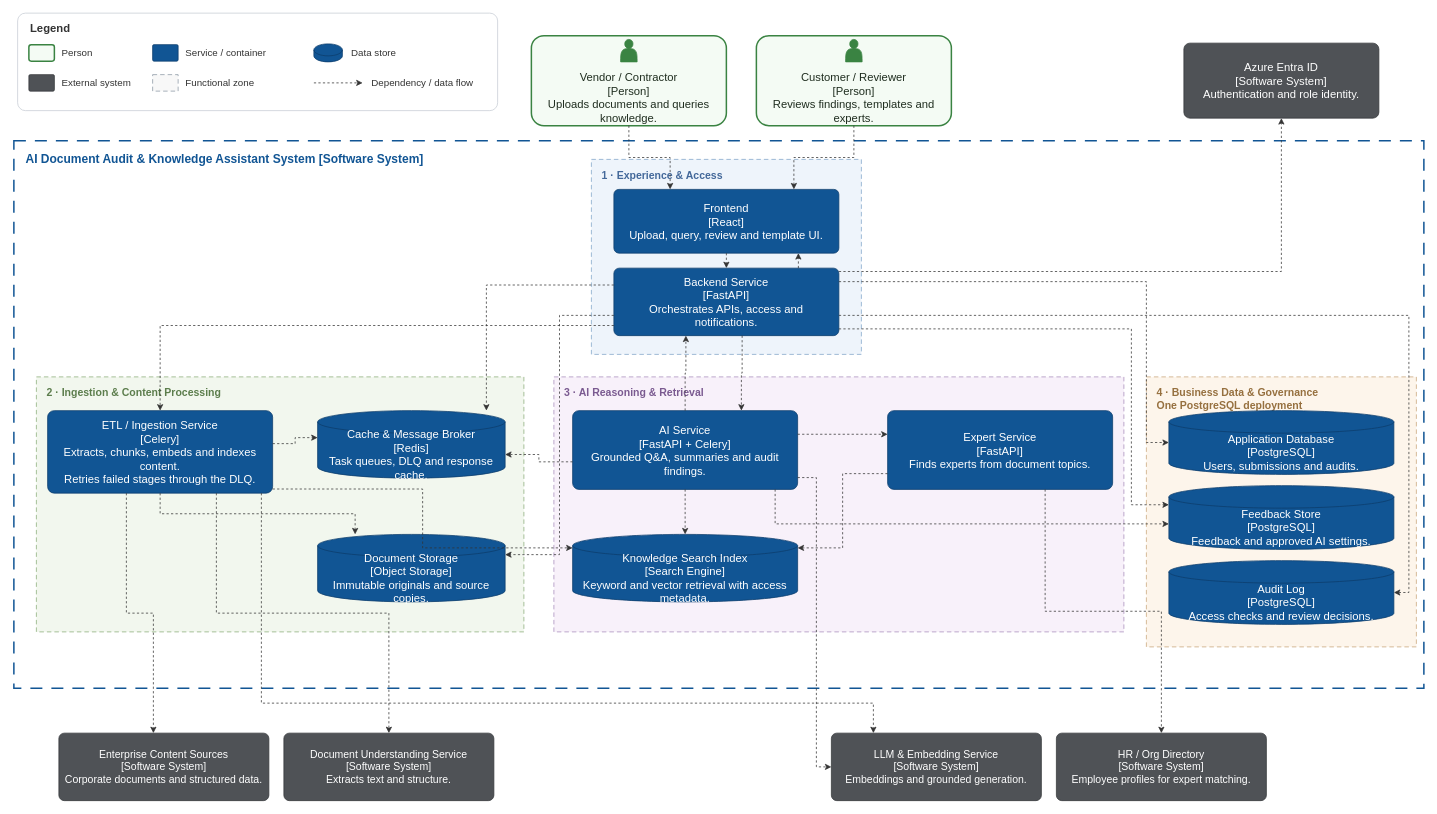
This is Phase2/[tobe]container_diagram.drawio from jackreacher1994/sa-nhom6, a draw.io file, before an edit. Source tidied: cells renumbered, new cells numbered last; positions are measured from the earlier drawing's top-left corner, leaving out a move shared by most shapes. Both pictures are drawn from the tidied source at 75%, with x=0, y=0 at pixel (14, 13).
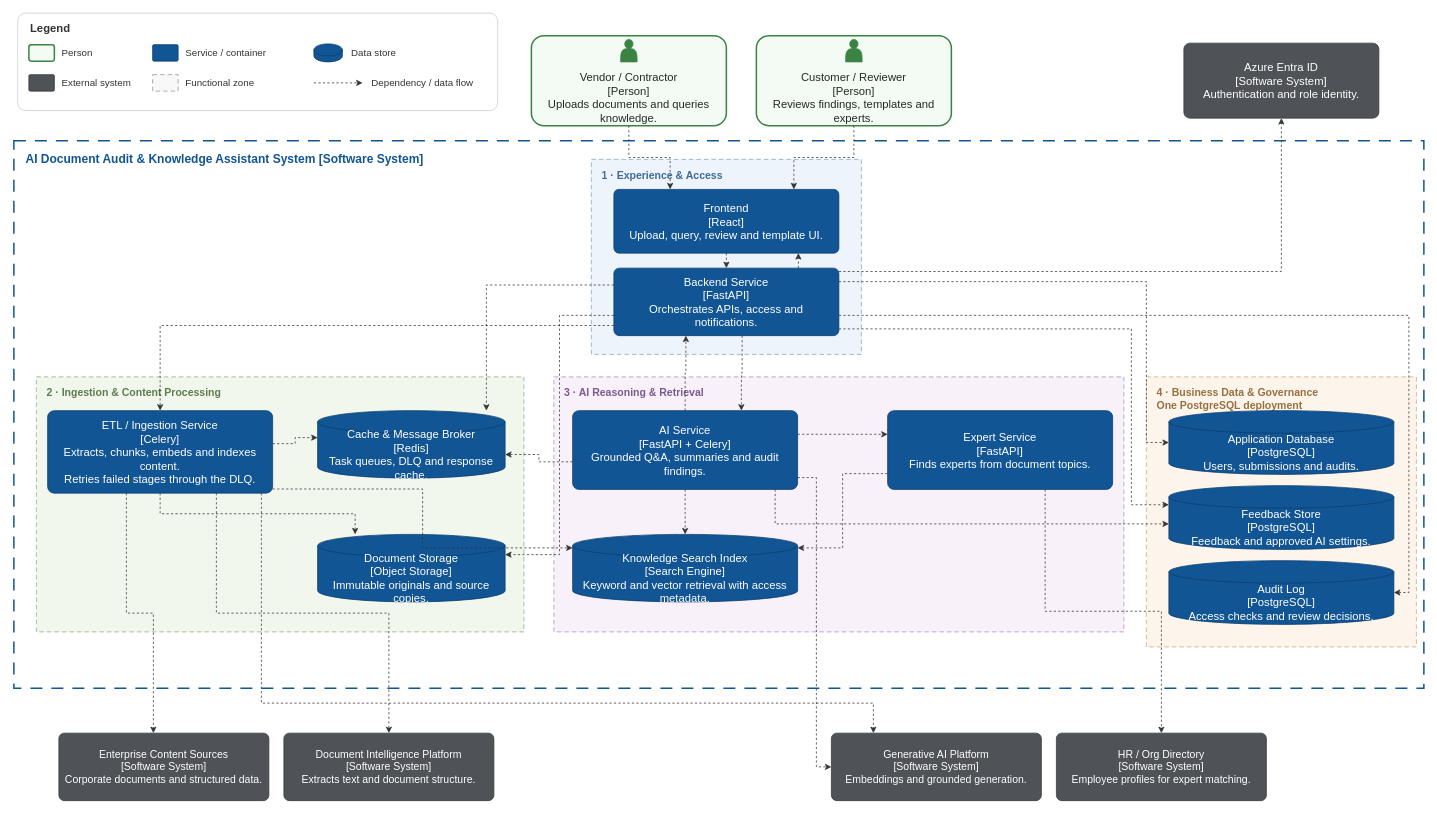
The same diagram, later.

Commit message (it also covers changes not shown here):
Refactor code structure for improved readability and maintainability

The edit, as a diff of the source:
```diff
@@
-    <mxCell id="38" value="Document Understanding Service&#10;[Software System]&#10;Extracts text and structure." style="rounded=1;arcSize=8;whiteSpace=wrap;html=1;fillColor=#4f5256;strokeColor=#35373a;fontColor=#ffffff;fontSize=14;align=center;verticalAlign=middle;spacing=6;" parent="1" vertex="1">
+    <mxCell id="38" value="&lt;span style=&quot;color: rgb(255, 255, 255);&quot;&gt;Document Intelligence Platform&lt;/span&gt;&lt;br style=&quot;color: rgb(63, 63, 63); scrollbar-color: rgb(226, 226, 226) rgb(251, 251, 251);&quot;&gt;&lt;span style=&quot;color: rgb(255, 255, 255);&quot;&gt;[Software System]&lt;/span&gt;&lt;br style=&quot;color: rgb(63, 63, 63); scrollbar-color: rgb(226, 226, 226) rgb(251, 251, 251);&quot;&gt;&lt;span style=&quot;color: rgb(255, 255, 255);&quot;&gt;Extracts text and document structure.&lt;/span&gt;" style="rounded=1;arcSize=8;whiteSpace=wrap;html=1;fillColor=#4f5256;strokeColor=#35373a;fontColor=#ffffff;fontSize=14;align=center;verticalAlign=middle;spacing=6;" parent="1" vertex="1">
       <mxGeometry x="360" y="960" width="280" height="90" as="geometry" />
     </mxCell>
-    <mxCell id="39" value="LLM &amp; Embedding Service&#10;[Software System]&#10;Embeddings and grounded generation." style="rounded=1;arcSize=8;whiteSpace=wrap;html=1;fillColor=#4f5256;strokeColor=#35373a;fontColor=#ffffff;fontSize=14;align=center;verticalAlign=middle;spacing=6;" parent="1" vertex="1">
+    <mxCell id="39" value="&lt;span style=&quot;color: rgb(255, 255, 255);&quot;&gt;Generative AI Platform&lt;/span&gt;&lt;br style=&quot;color: rgb(63, 63, 63); scrollbar-color: rgb(226, 226, 226) rgb(251, 251, 251);&quot;&gt;&lt;span style=&quot;color: rgb(255, 255, 255);&quot;&gt;[Software System]&lt;/span&gt;&lt;br style=&quot;color: rgb(63, 63, 63); scrollbar-color: rgb(226, 226, 226) rgb(251, 251, 251);&quot;&gt;&lt;span style=&quot;color: rgb(255, 255, 255);&quot;&gt;Embeddings and grounded generation.&lt;/span&gt;" style="rounded=1;arcSize=8;whiteSpace=wrap;html=1;fillColor=#4f5256;strokeColor=#35373a;fontColor=#ffffff;fontSize=14;align=center;verticalAlign=middle;spacing=6;" parent="1" vertex="1">
       <mxGeometry x="1090" y="960" width="280" height="90" as="geometry" />
     </mxCell>
```
